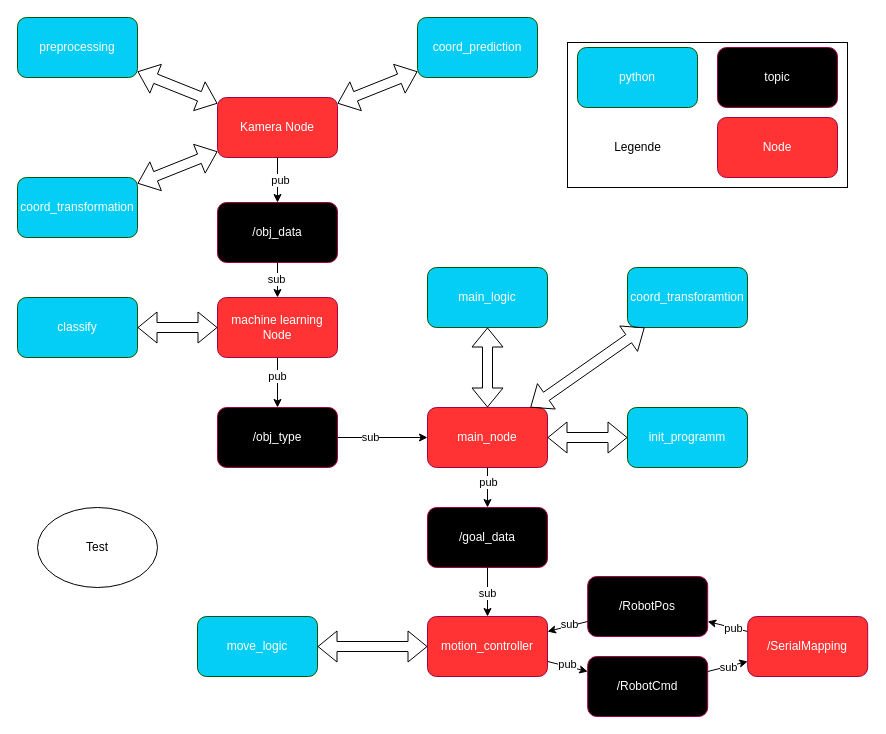
Before: AA_Software_Architektur/SW_architecture_simple.drawio in ibinsandig/Portal-zur-Exmatrikulation, a draw.io diagram. Source tidied: cells renumbered, new cells numbered last; positions are measured from the earlier drawing's top-left corner, leaving out a move shared by most shapes. Both pictures are drawn from the tidied source at 100%, with x=0, y=0 at pixel (17, 17).
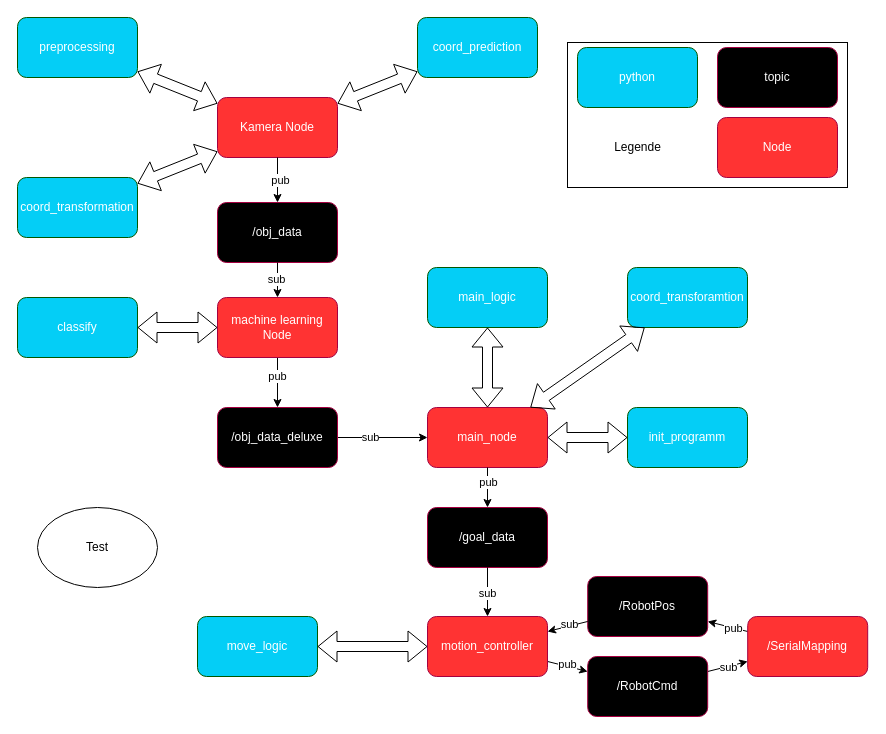
Above is the later version.

Commit message:
kick_off_notiz_ready

Change to the diagram source:
```diff
@@
-    <mxCell id="48" value="/obj_type" style="rounded=1;whiteSpace=wrap;html=1;fillColor=light-dark(#000000, #ff7777);fontColor=#ffffff;strokeColor=#A50040;" parent="1" vertex="1">
+    <mxCell id="48" value="/obj_data_deluxe" style="rounded=1;whiteSpace=wrap;html=1;fillColor=light-dark(#000000, #ff7777);fontColor=#ffffff;strokeColor=#A50040;" parent="1" vertex="1">
       <mxGeometry x="200" y="390" width="120" height="60" as="geometry" />
     </mxCell>
```
